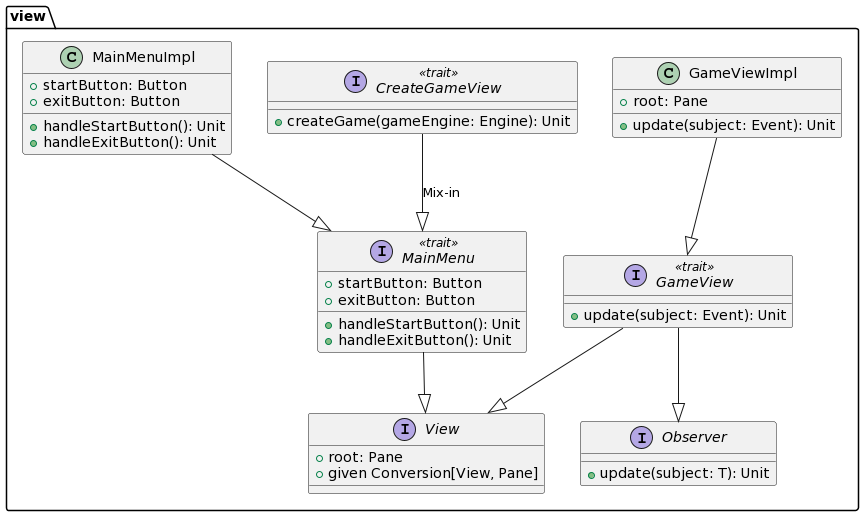
Before: docs/img/View.png, a diagram exported from PlantUML (MarzoliLeo/PPS-22-MetalScala3).
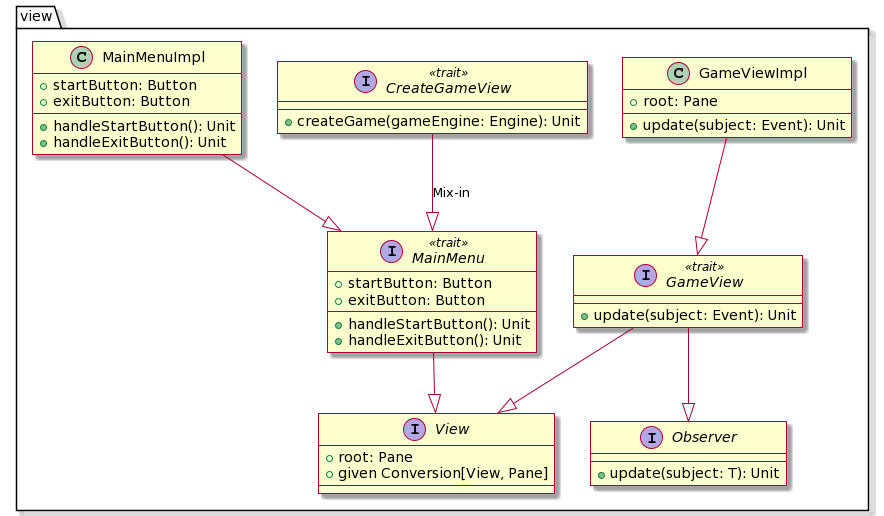
Above is the later version.

Commit message:
Edited View UML

The edit, as a diff of the source:
```diff
@@ -1,4 +1,5 @@
 @startuml
+skin rose
 package view {
   interface View {
     + root: Pane
```
